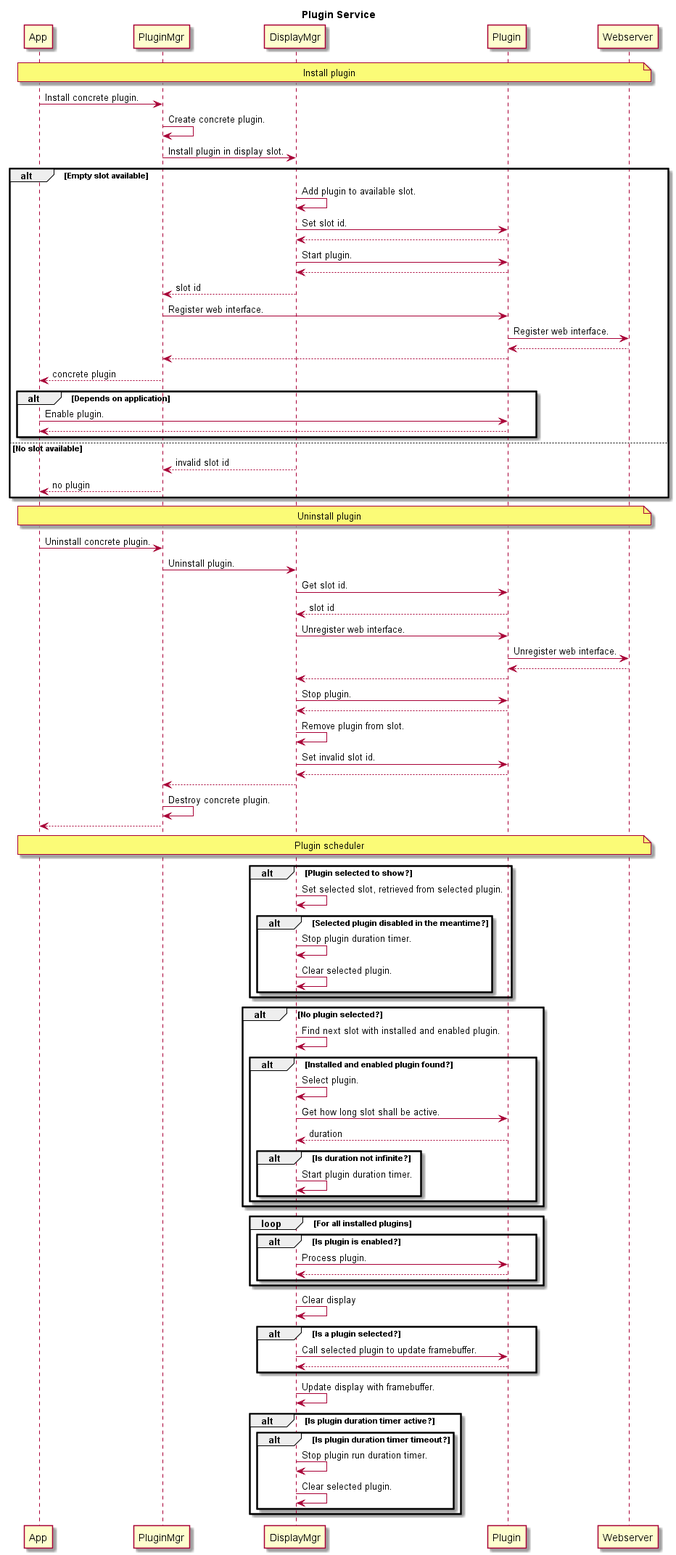
Before: doc/design/plugin-service-dynamic.png, a diagram exported from PlantUML (BlueAndi/Pixelix).
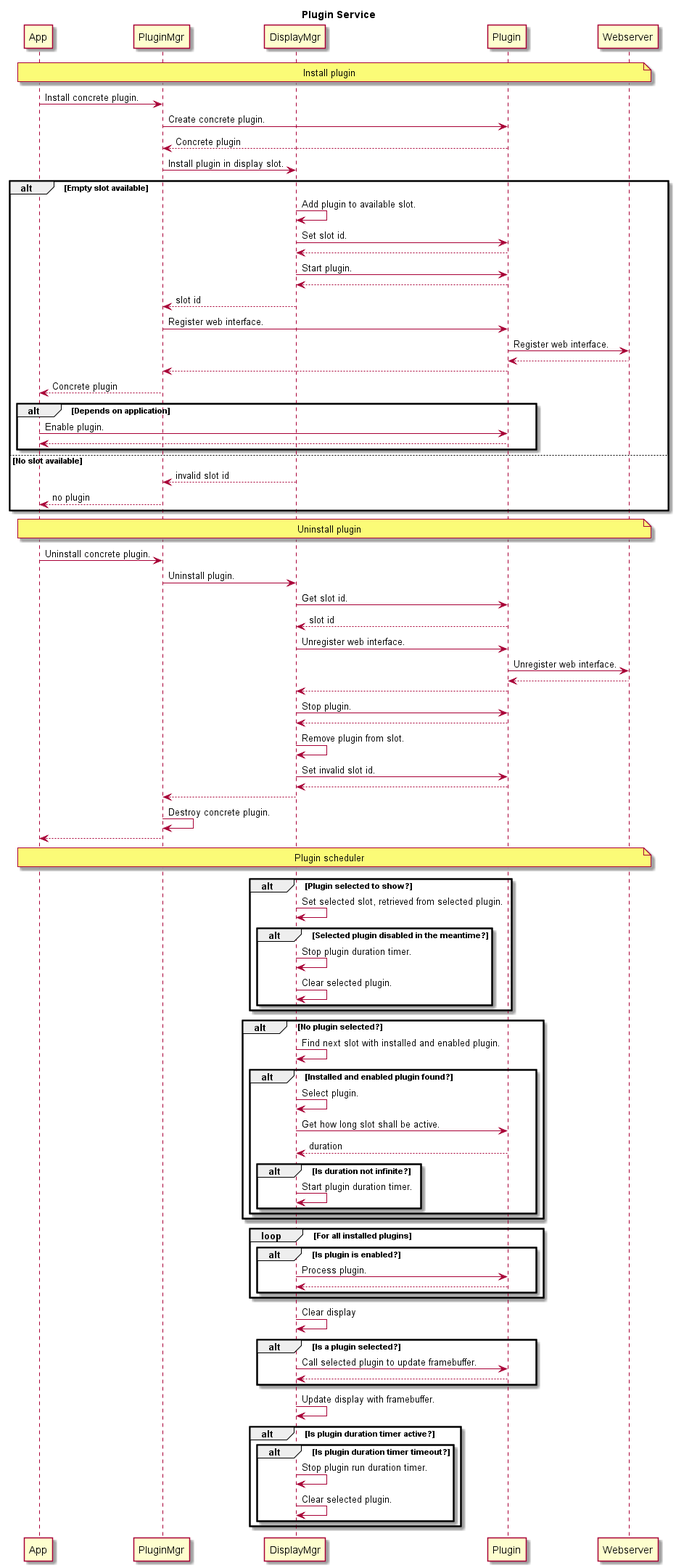
Later version of the same file.

Change to the diagram source:
```diff
@@ -13,7 +13,8 @@
 end note
 
 app -> pluginMgr: Install concrete plugin.
-pluginMgr -> pluginMgr: Create concrete plugin.
+pluginMgr -> plugin: Create concrete plugin.
+plugin --> pluginMgr: Concrete plugin
 pluginMgr -> displayMgr: Install plugin in display slot.
 
 alt Empty slot available
@@ -27,7 +28,7 @@
     plugin -> webServer: Register web interface.
     webServer --> plugin
     plugin --> pluginMgr
-    pluginMgr --> app: concrete plugin
+    pluginMgr --> app: Concrete plugin
 
     alt Depends on application
         app -> plugin: Enable plugin.
```
